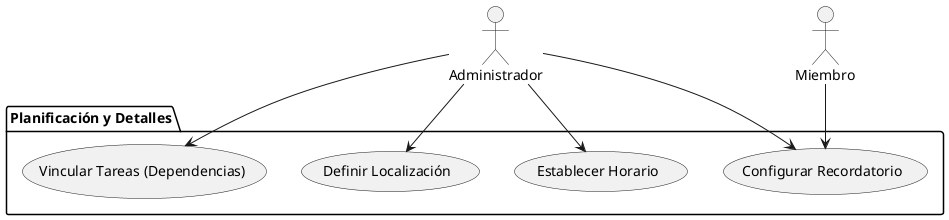
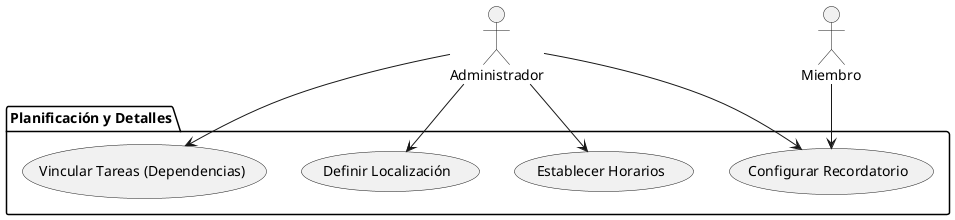
@startuml DiagramaPlanificaciónYDetalles
actor "Administrador" as Admin
actor "Miembro" as Miem

    package "Planificación y Detalles" {
-         usecase "Establecer Horario" as UC_D1
+         usecase "Establecer Horarios" as UC_D1
        usecase "Definir Localización" as UC_D2
        usecase "Configurar Recordatorio" as UC_D3
        usecase "Vincular Tareas (Dependencias)" as UC_D4
    }

    Admin --> UC_D1
    Admin --> UC_D2
    Admin --> UC_D3
    Miem --> UC_D3
    Admin --> UC_D4
@enduml